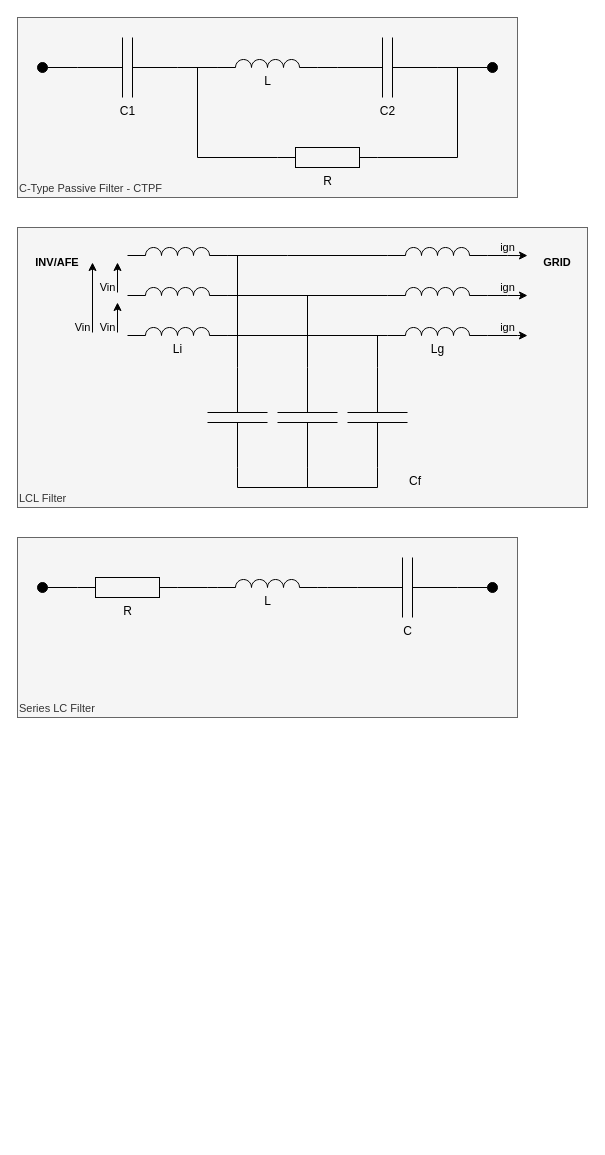
Before: docs/schematics/D000001.drawio in micksuffolk/filter-circuit-computation, a draw.io diagram. Source tidied: cells renumbered, new cells numbered last; positions are measured from the earlier drawing's top-left corner, leaving out a move shared by most shapes. Both pictures are drawn from the tidied source at 100%, with x=0, y=0 at pixel (17, 17).
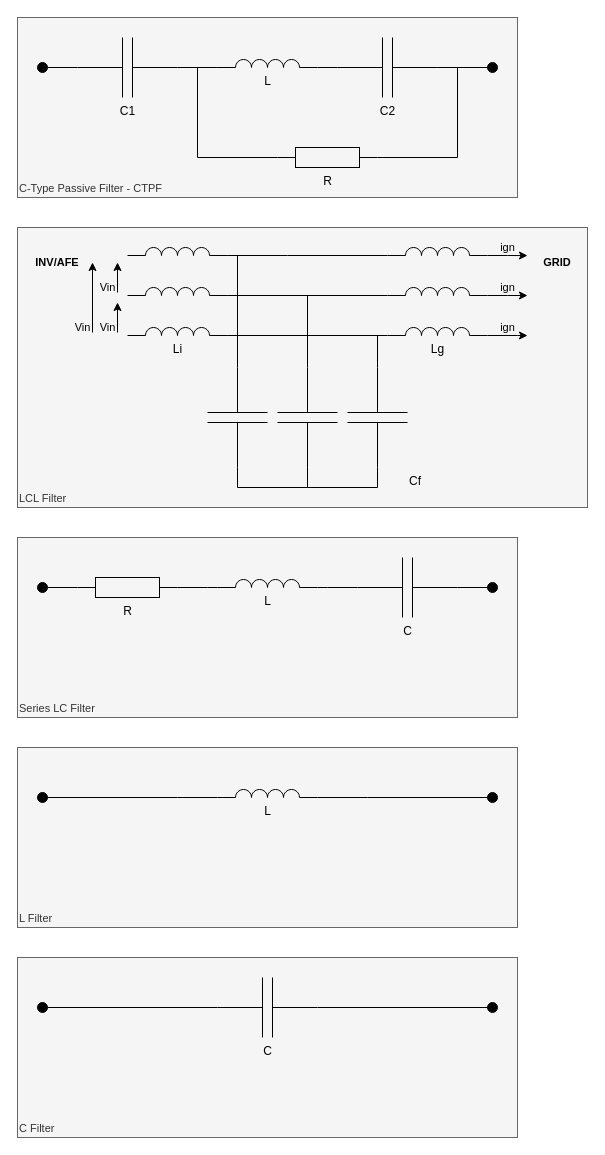
The same diagram, later.

Commit message (it also covers changes not shown here):
feat: add inductor and capacitor filter sections to README

The edit, as a diff of the source:
```diff
@@
+    <mxCell id="51" value="L Filter" style="rounded=0;whiteSpace=wrap;html=1;fontFamily=Helvetica;fontSize=11;fontColor=#333333;labelBackgroundColor=none;fillColor=#f5f5f5;strokeColor=#666666;verticalAlign=bottom;align=left;" parent="1" vertex="1">
+      <mxGeometry y="730" width="500" height="180" as="geometry" />
+    </mxCell>
+    <mxCell id="52" value="L" style="verticalLabelPosition=bottom;shadow=0;dashed=0;align=center;html=1;verticalAlign=top;shape=mxgraph.electrical.inductors.inductor_3;" parent="1" vertex="1">
+      <mxGeometry x="200" y="772" width="100" height="8" as="geometry" />
+    </mxCell>
+    <mxCell id="53" style="ellipse;fillColor=strokeColor;html=1;fontFamily=Helvetica;fontSize=11;fontColor=default;labelBackgroundColor=default;" parent="1" vertex="1">
+      <mxGeometry x="470" y="775" width="10" height="10" as="geometry" />
+    </mxCell>
+    <mxCell id="54" style="ellipse;fillColor=strokeColor;html=1;fontFamily=Helvetica;fontSize=11;fontColor=default;labelBackgroundColor=default;" parent="1" vertex="1">
+      <mxGeometry x="20" y="775" width="10" height="10" as="geometry" />
+    </mxCell>
+    <mxCell id="55" style="edgeStyle=orthogonalEdgeStyle;shape=connector;rounded=0;jettySize=auto;html=1;exitX=1;exitY=0.5;exitDx=0;exitDy=0;entryX=0;entryY=1;entryDx=0;entryDy=0;entryPerimeter=0;strokeColor=default;align=center;verticalAlign=middle;fontFamily=Helvetica;fontSize=11;fontColor=default;labelBackgroundColor=default;endArrow=none;endFill=0;" parent="1" edge="1" source="54" target="52">
+      <mxGeometry relative="1" as="geometry">
+        <Array as="points">
+          <mxPoint x="160" y="780" />
+          <mxPoint x="160" y="780" />
+        </Array>
+      </mxGeometry>
+    </mxCell>
+    <mxCell id="56" style="edgeStyle=orthogonalEdgeStyle;shape=connector;rounded=0;jettySize=auto;html=1;exitX=1;exitY=1;exitDx=0;exitDy=0;exitPerimeter=0;entryX=0;entryY=0.5;entryDx=0;entryDy=0;strokeColor=default;align=center;verticalAlign=middle;fontFamily=Helvetica;fontSize=11;fontColor=default;labelBackgroundColor=default;endArrow=none;endFill=0;" parent="1" edge="1" source="52" target="53">
+      <mxGeometry relative="1" as="geometry">
+        <Array as="points">
+          <mxPoint x="350" y="780" />
+          <mxPoint x="350" y="780" />
+        </Array>
+      </mxGeometry>
+    </mxCell>
+    <mxCell id="57" value="C Filter" style="rounded=0;whiteSpace=wrap;html=1;fontFamily=Helvetica;fontSize=11;fontColor=#333333;labelBackgroundColor=none;fillColor=#f5f5f5;strokeColor=#666666;verticalAlign=bottom;align=left;" parent="1" vertex="1">
+      <mxGeometry y="940" width="500" height="180" as="geometry" />
+    </mxCell>
+    <mxCell id="58" style="edgeStyle=orthogonalEdgeStyle;shape=connector;rounded=0;jettySize=auto;html=1;exitX=1;exitY=0.5;exitDx=0;exitDy=0;exitPerimeter=0;entryX=0;entryY=0.5;entryDx=0;entryDy=0;strokeColor=default;align=center;verticalAlign=middle;fontFamily=Helvetica;fontSize=11;fontColor=default;labelBackgroundColor=default;endArrow=none;endFill=0;" parent="1" edge="1" source="59" target="60">
+      <mxGeometry relative="1" as="geometry" />
+    </mxCell>
+    <mxCell id="59" value="C" style="verticalLabelPosition=bottom;shadow=0;dashed=0;align=center;html=1;verticalAlign=top;shape=mxgraph.electrical.capacitors.capacitor_1;" parent="1" vertex="1">
+      <mxGeometry x="200" y="960" width="100" height="60" as="geometry" />
+    </mxCell>
+    <mxCell id="60" style="ellipse;fillColor=strokeColor;html=1;fontFamily=Helvetica;fontSize=11;fontColor=default;labelBackgroundColor=default;" parent="1" vertex="1">
+      <mxGeometry x="470" y="985" width="10" height="10" as="geometry" />
+    </mxCell>
+    <mxCell id="61" style="ellipse;fillColor=strokeColor;html=1;fontFamily=Helvetica;fontSize=11;fontColor=default;labelBackgroundColor=default;" parent="1" vertex="1">
+      <mxGeometry x="20" y="985" width="10" height="10" as="geometry" />
+    </mxCell>
+    <mxCell id="62" style="edgeStyle=orthogonalEdgeStyle;shape=connector;rounded=0;jettySize=auto;html=1;exitX=0;exitY=0.5;exitDx=0;exitDy=0;exitPerimeter=0;entryX=1;entryY=0.5;entryDx=0;entryDy=0;strokeColor=default;align=center;verticalAlign=middle;fontFamily=Helvetica;fontSize=11;fontColor=default;labelBackgroundColor=default;endArrow=none;endFill=0;" parent="1" edge="1" source="59" target="61">
+      <mxGeometry relative="1" as="geometry" />
+    </mxCell>
```
